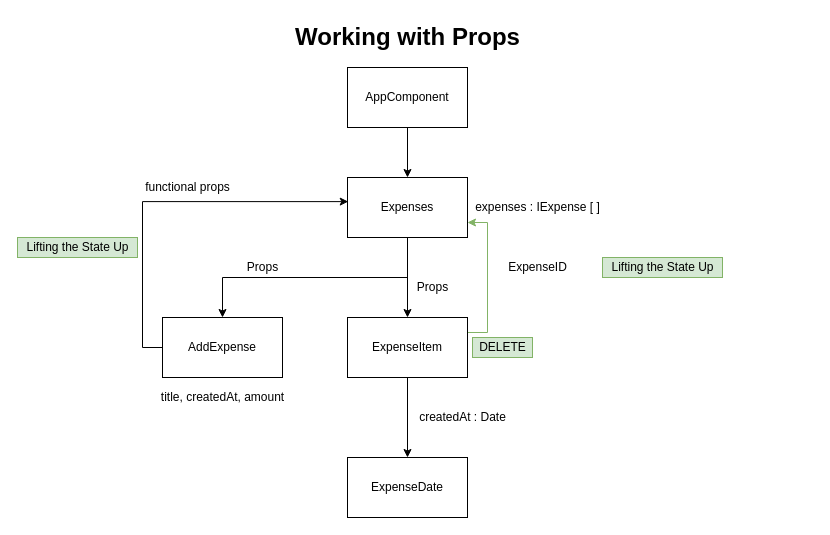
synergy2411/brillio-react-apr22 keeps this draw.io diagram as page "Page-5" (5 of 5) of diagrams.drawio. Above is the earlier version. Source tidied: cells renumbered, new cells numbered last; positions are measured from the earlier drawing's top-left corner, leaving out a move shared by most shapes. Both pictures are drawn from the tidied source at 100%, with x=0, y=0 at pixel (17, 17).
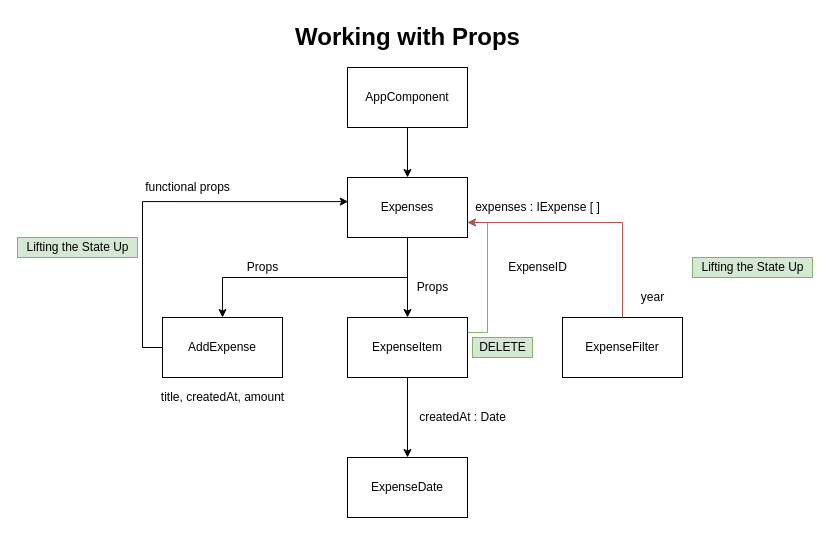
Above is the later version.

Unchanged cells that the change refers to:
```xml
<mxCell id="4" value="Expenses" style="rounded=0;whiteSpace=wrap;html=1;" parent="1" vertex="1">
  <mxGeometry x="330" y="160" width="120" height="60" as="geometry" />
</mxCell>
```

Change to the diagram source:
```diff
@@
     <mxCell id="22" value="Lifting the State Up" style="text;html=1;align=center;verticalAlign=middle;strokeColor=#82b366;fillColor=#d5e8d4;" parent="1" vertex="1">
-      <mxGeometry x="585" y="240" width="120" height="20" as="geometry" />
+      <mxGeometry x="675" y="240" width="120" height="20" as="geometry" />
     </mxCell>
@@
+    <mxCell id="24" style="edgeStyle=orthogonalEdgeStyle;rounded=0;jettySize=auto;html=1;exitX=0.5;exitY=0;exitDx=0;exitDy=0;entryX=1;entryY=0.75;entryDx=0;entryDy=0;fillColor=#f8cecc;strokeColor=#b85450;" parent="1" edge="1" source="25" target="4">
+      <mxGeometry relative="1" as="geometry" />
+    </mxCell>
+    <mxCell id="25" value="ExpenseFilter" style="rounded=0;whiteSpace=wrap;html=1;" parent="1" vertex="1">
+      <mxGeometry x="545" y="300" width="120" height="60" as="geometry" />
+    </mxCell>
+    <mxCell id="26" value="year" style="text;html=1;align=center;verticalAlign=middle;strokeColor=none;fillColor=none;" parent="1" vertex="1">
+      <mxGeometry x="615" y="270" width="40" height="20" as="geometry" />
+    </mxCell>
```
